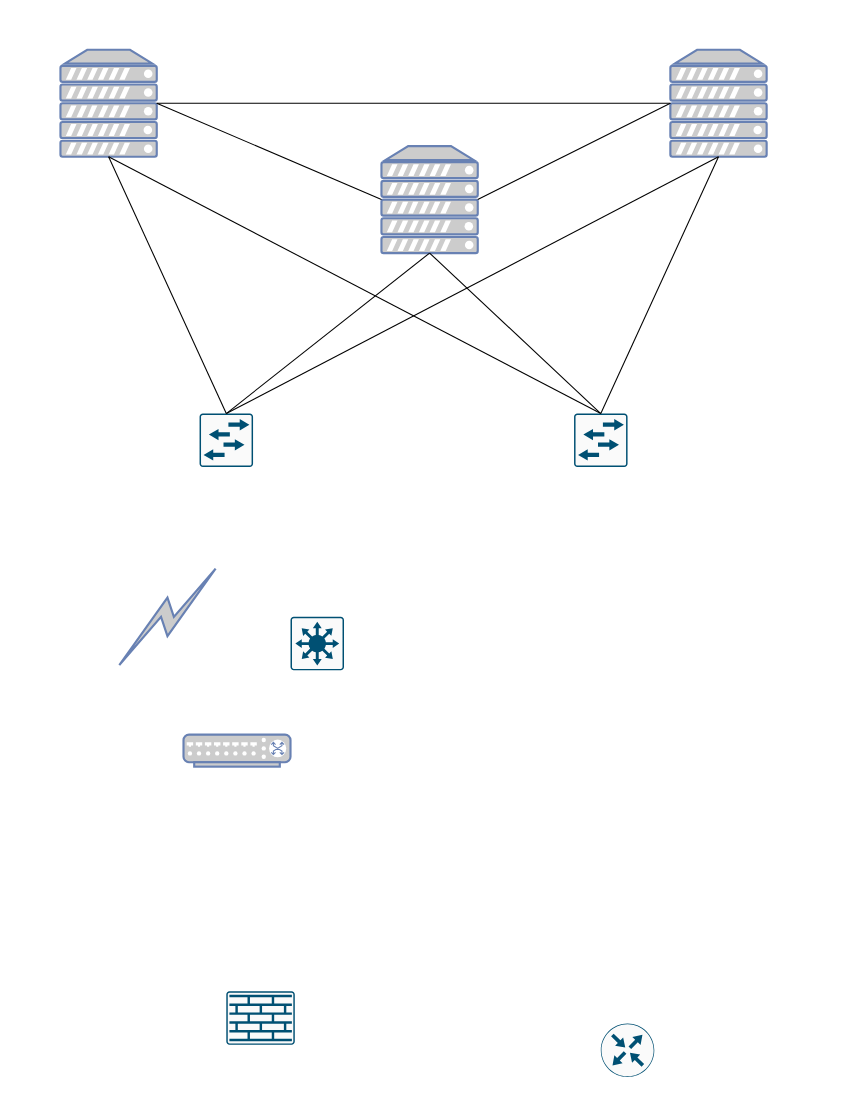
This is Untitled Diagram.drawio from takkinen/it.utu.fi, a draw.io file, before an edit. Source tidied: cells renumbered, new cells numbered last; positions are measured from the earlier drawing's top-left corner, leaving out a move shared by most shapes. Both pictures are drawn from the tidied source at 107%, with x=0, y=0 at pixel (60, 49).
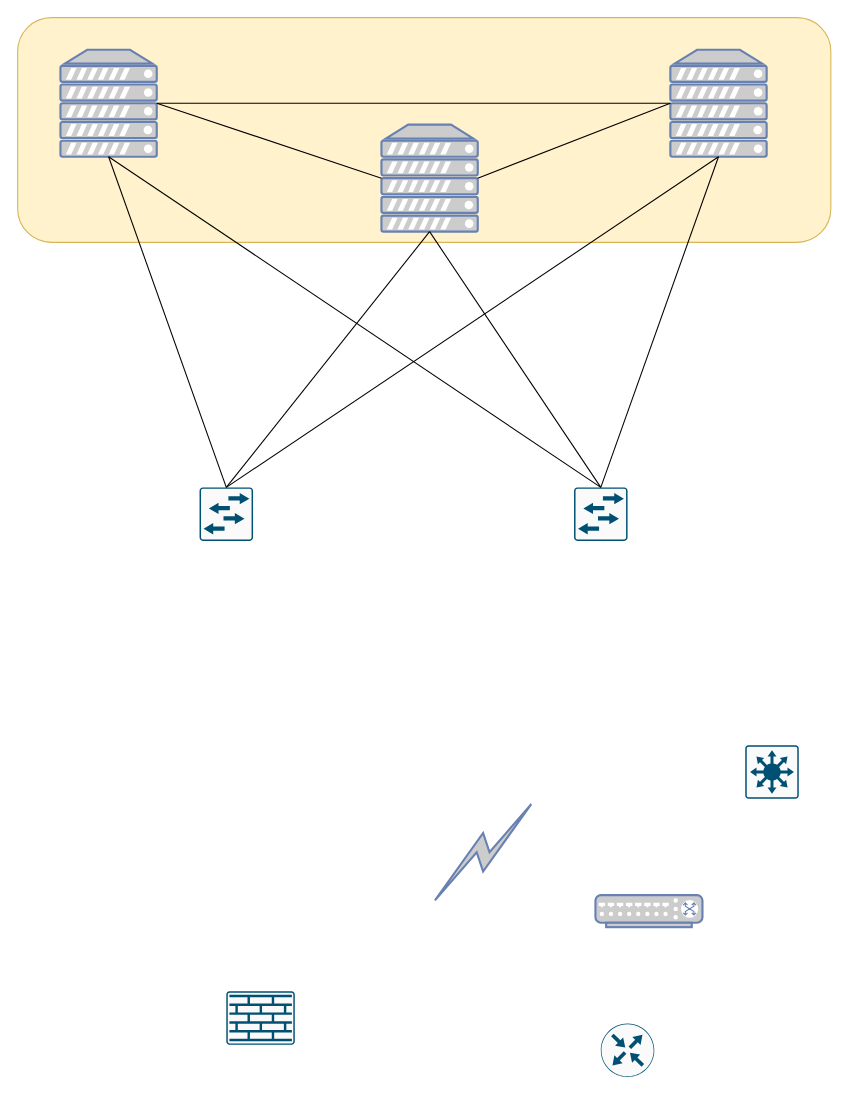
The same page after the edit.

The edit, as a diff of the source:
```diff
@@
+    <mxCell id="21" style="rounded=1;whiteSpace=wrap;html=1;fillColor=#fff2cc;strokeColor=#d6b656;" parent="1" vertex="1">
+      <mxGeometry x="-40" y="-30" width="760" height="210" as="geometry" />
+    </mxCell>
     <mxCell id="2" style="fontColor=#0066CC;verticalAlign=top;verticalLabelPosition=bottom;labelPosition=center;align=center;html=1;fillColor=#CCCCCC;strokeColor=#6881B3;gradientColor=none;gradientDirection=north;strokeWidth=2;shape=mxgraph.networks.switch;" parent="1" vertex="1">
-      <mxGeometry x="115" y="640" width="100" height="30" as="geometry" />
+      <mxGeometry x="500" y="790" width="100" height="30" as="geometry" />
     </mxCell>
     <mxCell id="3" style="sketch=0;points=[[0.015,0.015,0],[0.985,0.015,0],[0.985,0.985,0],[0.015,0.985,0],[0.25,0,0],[0.5,0,0],[0.75,0,0],[1,0.25,0],[1,0.5,0],[1,0.75,0],[0.75,1,0],[0.5,1,0],[0.25,1,0],[0,0.75,0],[0,0.5,0],[0,0.25,0]];verticalLabelPosition=bottom;html=1;verticalAlign=top;align=center;shape=mxgraph.cisco19.rect;prIcon=l2_switch;fillColor=#FAFAFA;strokeColor=#005073;" parent="1" vertex="1">
-      <mxGeometry x="130" y="340" width="50" height="50" as="geometry" />
+      <mxGeometry x="130" y="409" width="50" height="50" as="geometry" />
     </mxCell>
     <mxCell id="4" style="sketch=0;verticalLabelPosition=bottom;html=1;verticalAlign=top;align=center;shape=mxgraph.cisco19.rect;prIcon=l3_switch;fillColor=#FAFAFA;strokeColor=#005073;" parent="1" vertex="1">
-      <mxGeometry x="215" y="530" width="50" height="50" as="geometry" />
+      <mxGeometry x="640" y="650" width="50" height="50" as="geometry" />
     </mxCell>
@@
     <mxCell id="8" style="fontColor=#0066CC;verticalAlign=top;verticalLabelPosition=bottom;labelPosition=center;align=center;html=1;outlineConnect=0;fillColor=#CCCCCC;strokeColor=#6881B3;gradientColor=none;gradientDirection=north;strokeWidth=2;shape=mxgraph.networks.server;" parent="1" vertex="1">
-      <mxGeometry x="300" y="90" width="90" height="100" as="geometry" />
+      <mxGeometry x="300" y="70" width="90" height="100" as="geometry" />
     </mxCell>
@@
     <mxCell id="10" style="sketch=0;points=[[0.015,0.015,0],[0.985,0.015,0],[0.985,0.985,0],[0.015,0.985,0],[0.25,0,0],[0.5,0,0],[0.75,0,0],[1,0.25,0],[1,0.5,0],[1,0.75,0],[0.75,1,0],[0.5,1,0],[0.25,1,0],[0,0.75,0],[0,0.5,0],[0,0.25,0]];verticalLabelPosition=bottom;html=1;verticalAlign=top;align=center;shape=mxgraph.cisco19.rect;prIcon=l2_switch;fillColor=#FAFAFA;strokeColor=#005073;" parent="1" vertex="1">
-      <mxGeometry x="480" y="340" width="50" height="50" as="geometry" />
+      <mxGeometry x="480" y="409" width="50" height="50" as="geometry" />
     </mxCell>
     <mxCell id="11" style="html=1;outlineConnect=0;fillColor=#CCCCCC;strokeColor=#6881B3;gradientColor=none;gradientDirection=north;strokeWidth=2;shape=mxgraph.networks.comm_link_edge;html=1;rounded=0;" parent="1" edge="1">
       <mxGeometry relative="1" as="geometry">
-        <mxPoint x="50" y="580" as="sourcePoint" />
-        <mxPoint x="150" y="480" as="targetPoint" />
+        <mxPoint x="345" y="800" as="sourcePoint" />
+        <mxPoint x="445" y="700" as="targetPoint" />
       </mxGeometry>
     </mxCell>
```
